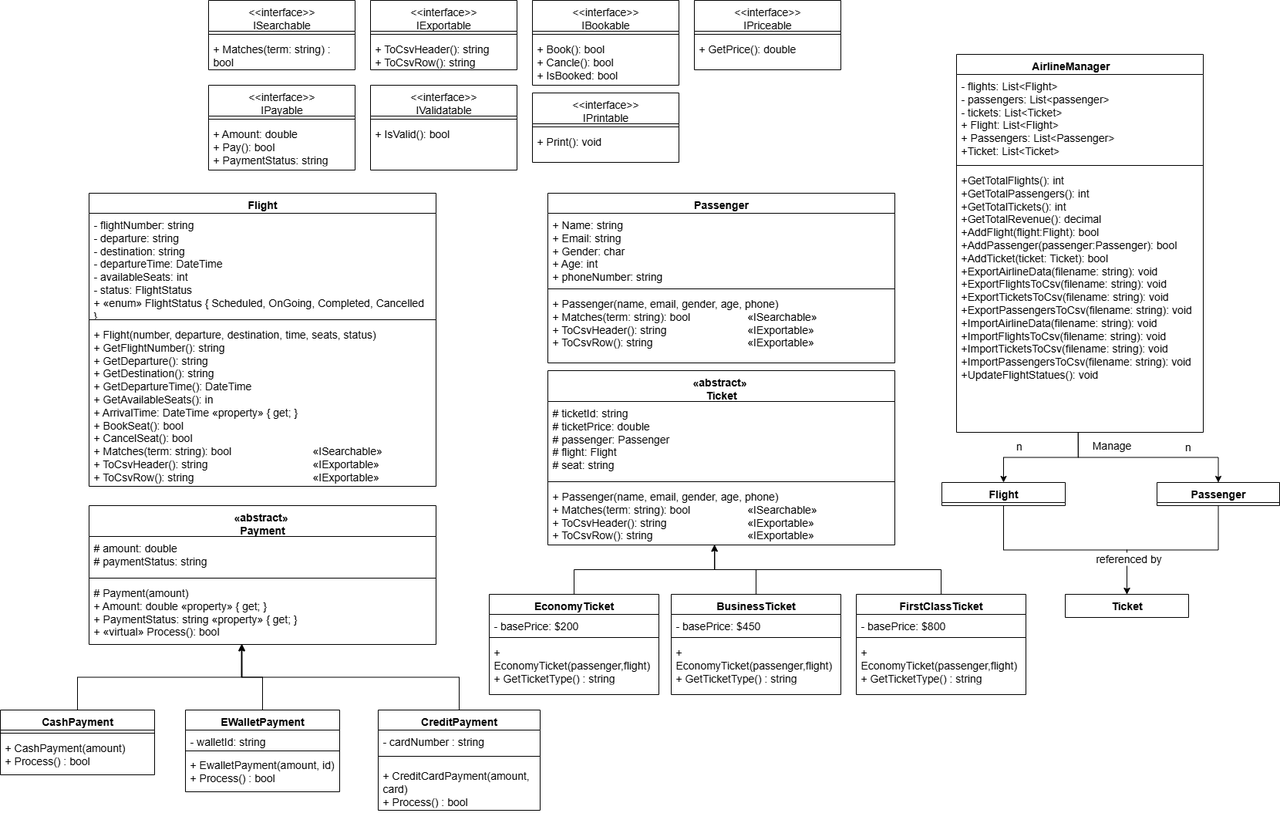
This is class.png from SieuDoge/AirlineTicketSystem, a draw.io export, as it was before one commit. Source tidied: cells renumbered, new cells last; positions are measured from the earlier drawing's top-left corner, leaving out a move shared by most shapes.
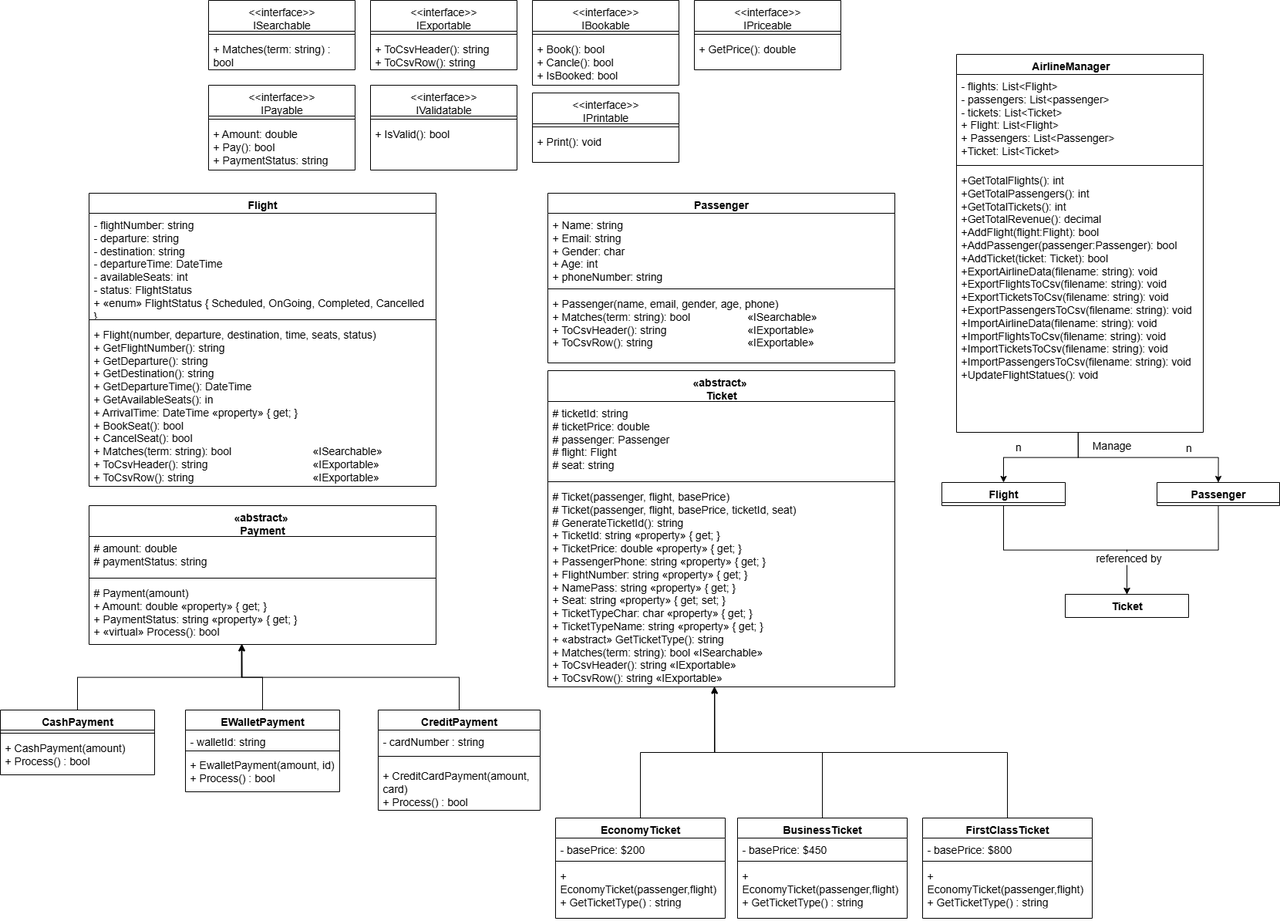
After the change.

What changed in the source:
```diff
@@ -45,7 +45,7 @@
       <mxGeometry y="48" width="190" height="42" as="geometry" />
     </mxCell>
     <mxCell id="16" value="«abstract»&amp;nbsp;&lt;div&gt;Ticket  &lt;/div&gt;" style="swimlane;fontStyle=1;align=center;verticalAlign=top;horizontal=1;startSize=40;whiteSpace=wrap;html=1;fontSize=14;" parent="1" vertex="1">
-      <mxGeometry x="710" y="480" width="450" height="226" as="geometry" />
+      <mxGeometry x="710" y="480" width="450" height="410" as="geometry" />
     </mxCell>
     <mxCell id="17" value="# ticketId: string&lt;div&gt;# ticketPrice: double&lt;/div&gt;&lt;div&gt;# passenger: Passenger&amp;nbsp;&lt;/div&gt;&lt;div&gt;# flight: Flight&amp;nbsp;&lt;/div&gt;&lt;div&gt;# seat: string&amp;nbsp;&lt;/div&gt;" style="text;strokeColor=none;fillColor=none;align=left;verticalAlign=top;spacingLeft=4;spacingRight=4;overflow=hidden;whiteSpace=wrap;html=1;fontSize=14;" parent="16" vertex="1">
       <mxGeometry y="40" width="450" height="100" as="geometry" />
@@ -53,8 +53,8 @@
     <mxCell id="18" style="line;strokeWidth=1;fillColor=none;align=left;verticalAlign=middle;spacingTop=-1;spacingLeft=3;spacingRight=3;labelPosition=right;strokeColor=inherit;fontSize=14;" parent="16" vertex="1">
       <mxGeometry y="140" width="450" height="8" as="geometry" />
     </mxCell>
-    <mxCell id="19" value="+ Passenger(name, email, gender, age, phone)&amp;nbsp;&lt;div&gt;+ Matches(term: string): bool &lt;span style=&quot;white-space: pre;&quot;&gt;&#9;&lt;/span&gt;&lt;span style=&quot;white-space: pre;&quot;&gt;&#9;&lt;/span&gt;&lt;span style=&quot;white-space: pre;&quot;&gt;&#9;&lt;/span&gt;     «ISearchable»&amp;nbsp;&lt;br&gt;&lt;/div&gt;&lt;div&gt;+ ToCsvHeader(): string &lt;span style=&quot;white-space: pre;&quot;&gt;&#9;&lt;/span&gt;&lt;span style=&quot;white-space: pre;&quot;&gt;&#9;&lt;/span&gt;&lt;span style=&quot;white-space: pre;&quot;&gt;&#9;&lt;/span&gt;&lt;span style=&quot;white-space: pre;&quot;&gt;&#9;&lt;/span&gt;           «IExportable»&amp;nbsp;&lt;/div&gt;&lt;div&gt;+ ToCsvRow(): string &lt;span style=&quot;white-space: pre;&quot;&gt;&#9;&lt;/span&gt;&lt;span style=&quot;white-space: pre;&quot;&gt;&#9;&lt;/span&gt;&lt;span style=&quot;white-space: pre;&quot;&gt;&#9;&lt;/span&gt;&lt;span style=&quot;white-space: pre;&quot;&gt;&#9;&lt;/span&gt;              «IExportable»&amp;nbsp;&lt;/div&gt;" style="text;strokeColor=none;fillColor=none;align=left;verticalAlign=top;spacingLeft=4;spacingRight=4;overflow=hidden;points=[[0,0.5],[1,0.5]];portConstraint=eastwest;whiteSpace=wrap;html=1;fontSize=14;" parent="16" vertex="1">
-      <mxGeometry y="148" width="450" height="78" as="geometry" />
+    <mxCell id="19" value="# Ticket(passenger, flight, basePrice)&amp;nbsp;&lt;br&gt;# Ticket(passenger, flight, basePrice, ticketId, seat)&lt;br&gt;# GenerateTicketId(): string&lt;br&gt;+ TicketId: string «property» { get; }&lt;br&gt;+ TicketPrice: double «property» { get; }&lt;br&gt;+ PassengerPhone: string «property» { get; }&lt;br&gt;+ FlightNumber: string «property» { get; }&lt;br&gt;+ NamePass: string «property» { get; }&lt;br&gt;+ Seat: string «property» { get; set; }&lt;br&gt;+ TicketTypeChar: char «property» { get; }&lt;br&gt;+ TicketTypeName: string «property» { get; }&lt;br&gt;+ «abstract» GetTicketType(): string&lt;br&gt;+ Matches(term: string): bool      «ISearchable»&lt;br&gt;+ ToCsvHeader(): string            «IExportable»&lt;br&gt;+ ToCsvRow(): string               «IExportable»" style="text;strokeColor=none;fillColor=none;align=left;verticalAlign=top;spacingLeft=4;spacingRight=4;overflow=hidden;points=[[0,0.5],[1,0.5]];portConstraint=eastwest;whiteSpace=wrap;html=1;fontSize=14;" parent="16" vertex="1">
+      <mxGeometry y="148" width="450" height="262" as="geometry" />
     </mxCell>
     <mxCell id="20" value="&lt;span style=&quot;font-weight: normal;&quot;&gt;&amp;lt;&amp;lt;interface&amp;gt;&amp;gt;&lt;/span&gt;&lt;div&gt;&lt;span style=&quot;font-weight: 400;&quot;&gt;IBookable&lt;/span&gt;&lt;/div&gt;" style="swimlane;fontStyle=1;align=center;verticalAlign=top;horizontal=1;startSize=40;whiteSpace=wrap;html=1;fontSize=14;" parent="1" vertex="1">
       <mxGeometry x="690" width="190" height="110" as="geometry" />
@@ -78,7 +78,7 @@
       <mxGeometry relative="1" as="geometry" />
     </mxCell>
     <mxCell id="27" value="EconomyTicket " style="swimlane;fontStyle=1;align=center;verticalAlign=top;horizontal=1;startSize=26;whiteSpace=wrap;html=1;fontSize=14;" parent="1" vertex="1">
-      <mxGeometry x="634" y="770" width="220" height="130" as="geometry" />
+      <mxGeometry x="720" y="1060" width="220" height="130" as="geometry" />
     </mxCell>
     <mxCell id="28" value="- basePrice: $200" style="text;strokeColor=none;fillColor=none;align=left;verticalAlign=top;spacingLeft=4;spacingRight=4;overflow=hidden;whiteSpace=wrap;html=1;fontSize=14;" parent="27" vertex="1">
       <mxGeometry y="26" width="220" height="26" as="geometry" />
@@ -90,7 +90,7 @@
       <mxGeometry y="60" width="220" height="70" as="geometry" />
     </mxCell>
     <mxCell id="31" value="BusinessTicket  " style="swimlane;fontStyle=1;align=center;verticalAlign=top;horizontal=1;startSize=26;whiteSpace=wrap;html=1;fontSize=14;" parent="1" vertex="1">
-      <mxGeometry x="870" y="770" width="220" height="130" as="geometry" />
+      <mxGeometry x="956" y="1060" width="220" height="130" as="geometry" />
     </mxCell>
     <mxCell id="32" value="- basePrice: $450" style="text;strokeColor=none;fillColor=none;align=left;verticalAlign=top;spacingLeft=4;spacingRight=4;overflow=hidden;whiteSpace=wrap;html=1;fontSize=14;" parent="31" vertex="1">
       <mxGeometry y="26" width="220" height="26" as="geometry" />
@@ -102,7 +102,7 @@
       <mxGeometry y="60" width="220" height="70" as="geometry" />
     </mxCell>
     <mxCell id="35" value="FirstClassTicket" style="swimlane;fontStyle=1;align=center;verticalAlign=top;horizontal=1;startSize=26;whiteSpace=wrap;html=1;fontSize=14;" parent="1" vertex="1">
-      <mxGeometry x="1110" y="770" width="220" height="130" as="geometry" />
+      <mxGeometry x="1196" y="1060" width="220" height="130" as="geometry" />
     </mxCell>
     <mxCell id="36" value="- basePrice: $800" style="text;strokeColor=none;fillColor=none;align=left;verticalAlign=top;spacingLeft=4;spacingRight=4;overflow=hidden;whiteSpace=wrap;html=1;fontSize=14;" parent="35" vertex="1">
       <mxGeometry y="26" width="220" height="26" as="geometry" />
```
